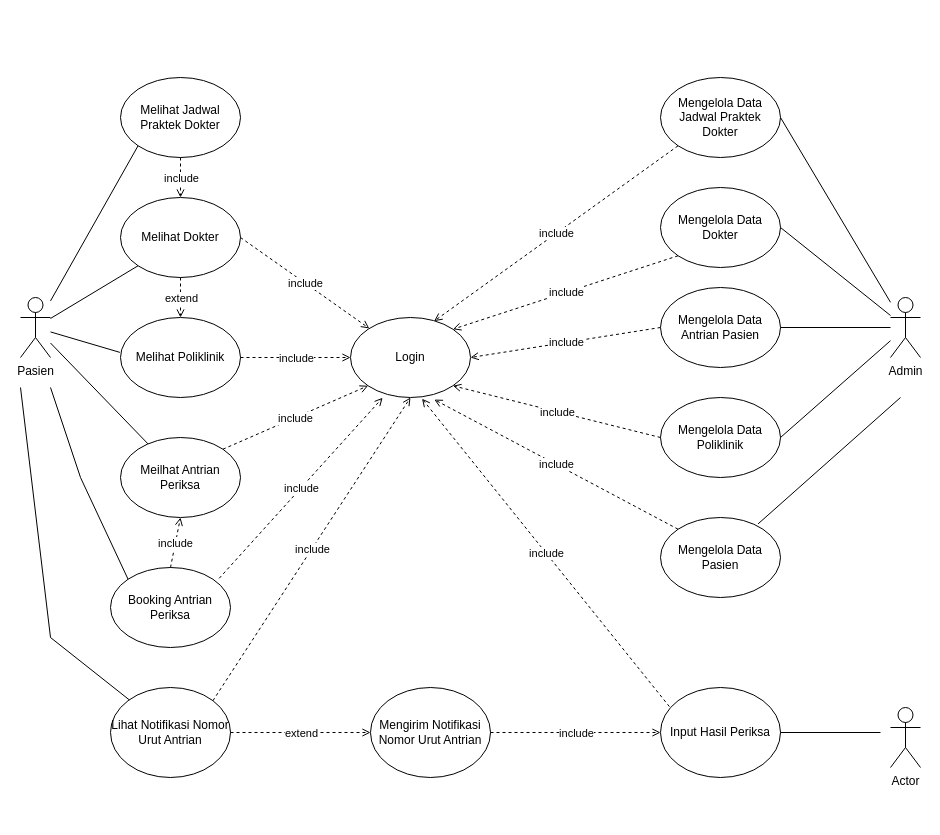
Above: Untitled Diagram.drawio in triwiboworidhopermana19/skripsi-sistem-antrian-yowari (draw.io), before the change. Source tidied: cells renumbered, new cells numbered last; positions are measured from the earlier drawing's top-left corner, leaving out a move shared by most shapes. Both pictures are drawn from the tidied source at 100%, with x=0, y=0 at pixel (20, 77).
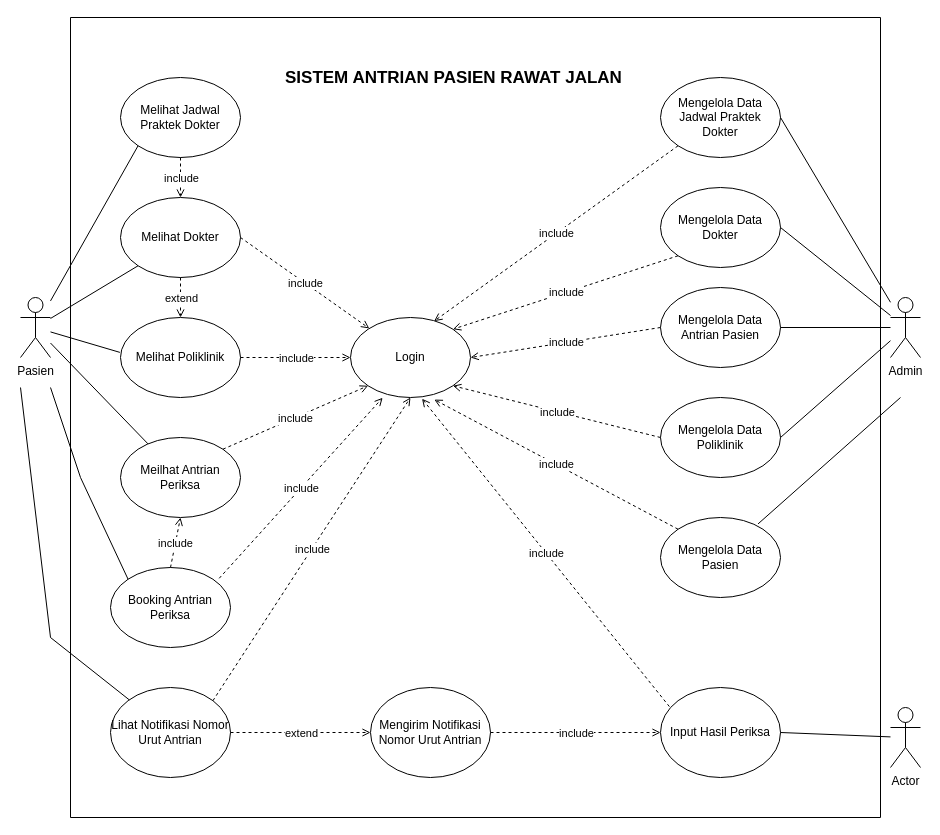
After the change.

Commit message:
update use case diagram

The change refers to these unchanged cells:
```xml
<mxCell id="52" value="Actor" style="shape=umlActor;verticalLabelPosition=bottom;verticalAlign=top;html=1;outlineConnect=0;" parent="1" vertex="1">
  <mxGeometry x="870" y="630" width="30" height="60" as="geometry" />
</mxCell>
<mxCell id="53" value="Input Hasil Periksa" style="ellipse;whiteSpace=wrap;html=1;" parent="1" vertex="1">
  <mxGeometry x="640" y="610" width="120" height="90" as="geometry" />
</mxCell>
```

What changed in the source:
```diff
@@
-    <mxCell id="54" style="endArrow=none;html=1;rounded=0;endFill=0;entryX=1;entryY=0.5;entryDx=0;entryDy=0;" parent="1" edge="1" target="53">
-      <mxGeometry relative="1" as="geometry">
-        <mxPoint x="860" y="655" as="sourcePoint" />
-      </mxGeometry>
+    <mxCell id="54" style="endArrow=none;html=1;rounded=0;endFill=0;entryX=1;entryY=0.5;entryDx=0;entryDy=0;" parent="1" edge="1" source="52" target="53">
+      <mxGeometry relative="1" as="geometry" />
     </mxCell>
@@
+    <mxCell id="64" style="swimlane;startSize=0;fillColor=none;" parent="1" vertex="1">
+      <mxGeometry x="50" y="-60" width="810" height="800" as="geometry" />
+    </mxCell>
+    <mxCell id="65" value="&lt;h1&gt;&lt;p style=&quot;text-align:center;line-height:200%&quot; align=&quot;center&quot; class=&quot;MsoNormal&quot;&gt;&lt;b&gt;&lt;span lang=&quot;EN-US&quot;&gt;&lt;font style=&quot;font-size: 17px;&quot;&gt;SISTEM ANTRIAN PASIEN RAWAT JALAN&amp;nbsp;&lt;/font&gt;&lt;/span&gt;&lt;/b&gt;&lt;/p&gt;&lt;/h1&gt;" style="text;html=1;strokeColor=none;fillColor=none;spacing=5;spacingTop=-20;whiteSpace=wrap;overflow=hidden;rounded=0;" parent="64" vertex="1">
+      <mxGeometry x="210" y="20" width="360" height="70" as="geometry" />
+    </mxCell>
```
